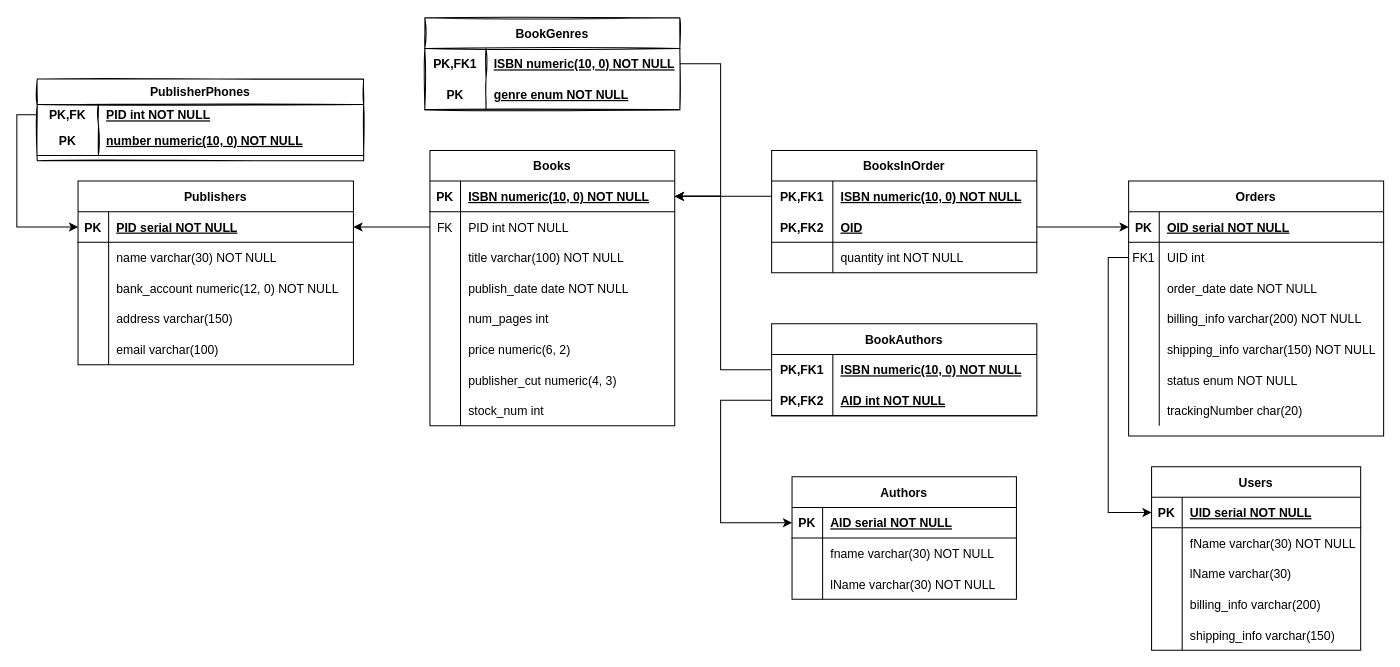
Before: diagrams/Schema Diagram.drawio in AdamArrhaoui/COMP3005-LookInnaBook, a draw.io diagram. Source tidied: cells renumbered, new cells numbered last; positions are measured from the earlier drawing's top-left corner, leaving out a move shared by most shapes. Both pictures are drawn from the tidied source at 102%, with x=0, y=0 at pixel (37, 17).
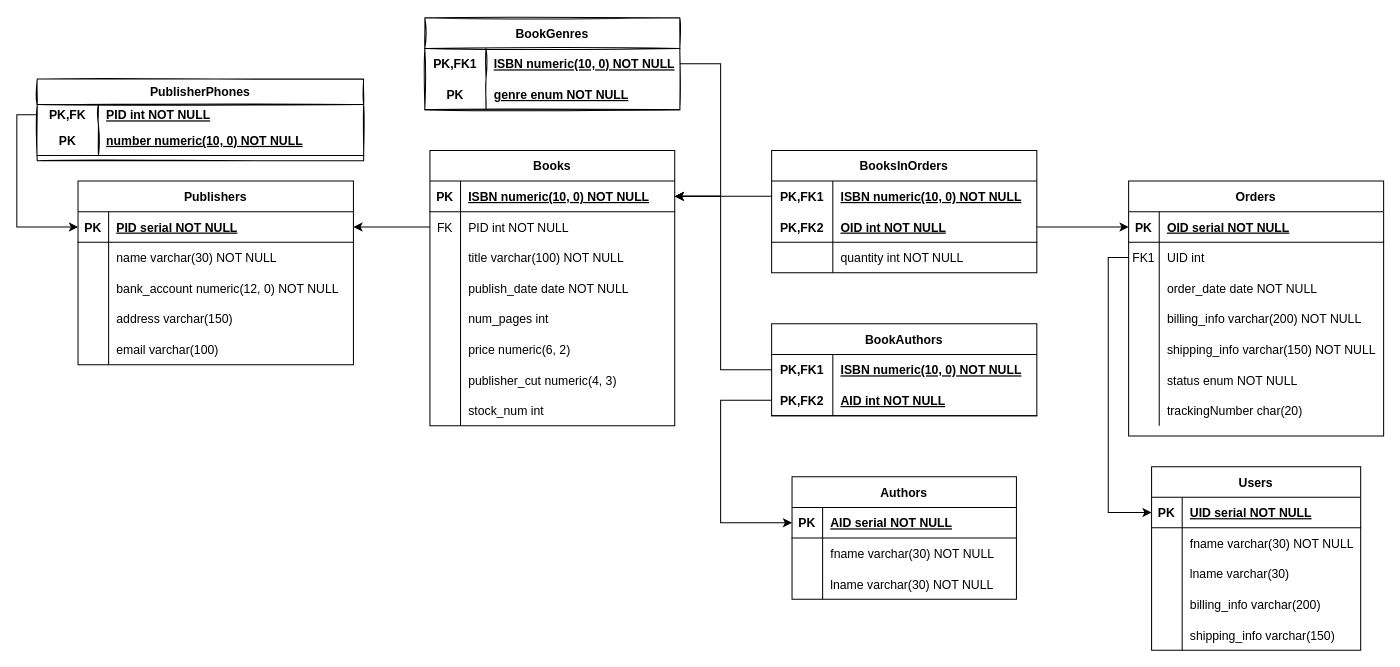
The same diagram, later.

Unchanged cells that the change refers to:
```xml
<mxCell id="78" style="shape=tableRow;horizontal=0;startSize=0;swimlaneHead=0;swimlaneBody=0;fillColor=none;points=[[0,0.5],[1,0.5]];portConstraint=eastwest;top=0;left=0;right=0;bottom=1;" parent="74" vertex="1">
  <mxGeometry y="60" width="260" height="30" as="geometry" />
</mxCell>
<mxCell id="90" style="shape=tableRow;horizontal=0;startSize=0;swimlaneHead=0;swimlaneBody=0;fillColor=none;top=0;left=0;right=0;bottom=0;" parent="86" vertex="1">
  <mxGeometry y="60" width="205" height="30" as="geometry" />
</mxCell>
<mxCell id="93" style="shape=tableRow;horizontal=0;startSize=0;swimlaneHead=0;swimlaneBody=0;fillColor=none;top=0;left=0;right=0;bottom=0;" parent="86" vertex="1">
  <mxGeometry y="90" width="205" height="30" as="geometry" />
</mxCell>
<mxCell id="118" style="shape=tableRow;horizontal=0;startSize=0;swimlaneHead=0;swimlaneBody=0;fillColor=none;top=0;left=0;right=0;bottom=0;sketch=0;" parent="111" vertex="1">
  <mxGeometry y="90" width="220" height="30" as="geometry" />
</mxCell>
```

The edit, as a diff of the source:
```diff
@@
-    <mxCell id="74" value="BooksInOrder" style="shape=table;startSize=30;childLayout=tableLayout;rowLines=0;fontStyle=1;align=center;" parent="1" vertex="1">
+    <mxCell id="74" value="BooksInOrders" style="shape=table;startSize=30;childLayout=tableLayout;rowLines=0;fontStyle=1;align=center;" parent="1" vertex="1">
       <mxGeometry x="720" y="130" width="260" height="120" as="geometry" />
     </mxCell>
@@
-    <mxCell id="80" value="OID" style="shape=partialRectangle;fillColor=none;top=0;left=0;bottom=0;right=0;align=left;spacingLeft=6;fontStyle=5;overflow=hidden;" parent="78" vertex="1">
+    <mxCell id="80" value="OID int NOT NULL" style="shape=partialRectangle;fillColor=none;top=0;left=0;bottom=0;right=0;align=left;spacingLeft=6;fontStyle=5;overflow=hidden;" parent="78" vertex="1">
       <mxGeometry x="60" width="200" height="30" as="geometry" />
     </mxCell>
@@
-    <mxCell id="92" value="fName varchar(30) NOT NULL" style="shape=partialRectangle;fillColor=none;top=0;left=0;bottom=0;right=0;align=left;spacingLeft=6;overflow=hidden;" parent="90" vertex="1">
+    <mxCell id="92" value="fname varchar(30) NOT NULL" style="shape=partialRectangle;fillColor=none;top=0;left=0;bottom=0;right=0;align=left;spacingLeft=6;overflow=hidden;" parent="90" vertex="1">
       <mxGeometry x="30" width="175" height="30" as="geometry" />
     </mxCell>
@@
-    <mxCell id="95" value="lName varchar(30)" style="shape=partialRectangle;fillColor=none;top=0;left=0;bottom=0;right=0;align=left;spacingLeft=6;overflow=hidden;" parent="93" vertex="1">
+    <mxCell id="95" value="lname varchar(30)" style="shape=partialRectangle;fillColor=none;top=0;left=0;bottom=0;right=0;align=left;spacingLeft=6;overflow=hidden;" parent="93" vertex="1">
       <mxGeometry x="30" width="175" height="30" as="geometry" />
     </mxCell>
@@
-    <mxCell id="120" value="lName varchar(30) NOT NULL" style="shape=partialRectangle;fillColor=none;top=0;left=0;bottom=0;right=0;align=left;spacingLeft=6;overflow=hidden;sketch=0;" parent="118" vertex="1">
+    <mxCell id="120" value="lname varchar(30) NOT NULL" style="shape=partialRectangle;fillColor=none;top=0;left=0;bottom=0;right=0;align=left;spacingLeft=6;overflow=hidden;sketch=0;" parent="118" vertex="1">
       <mxGeometry x="30" width="190" height="30" as="geometry" />
     </mxCell>
```
